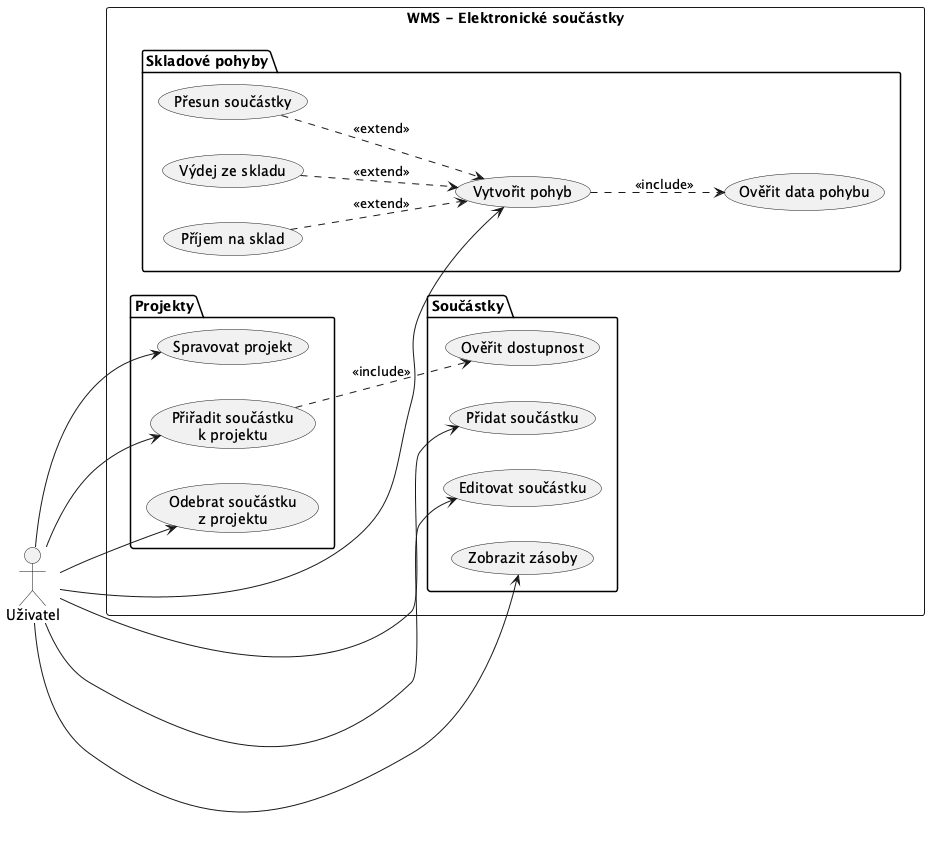
lkvapil/wms-elektronicke-soucastky keeps this PlantUML diagram as docs/images/01_use_case.png. Above is the earlier version.
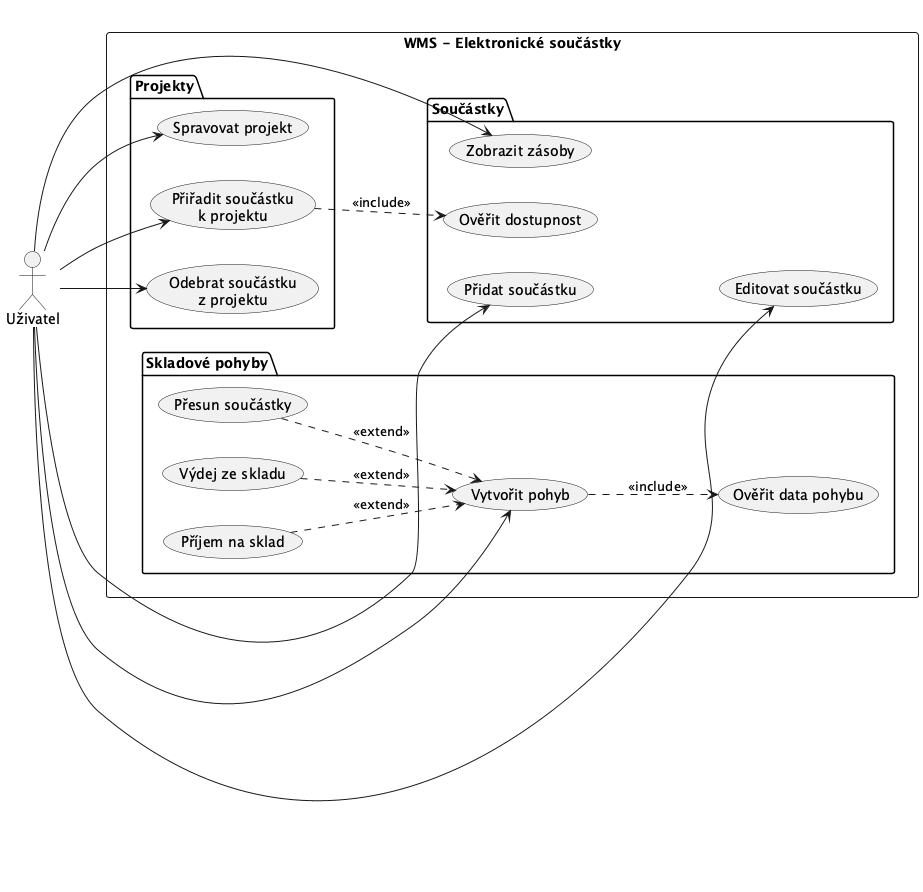
The same diagram one commit later.

Commit message:
docs: zbývající úpravy use case diagramu a pozadavky.tex

Diff of the diagram source:
```diff
@@ -18,6 +18,7 @@
     usecase "Editovat součástku" as UC_EDIT
     usecase "Zobrazit zásoby" as UC_ZASOBY
     usecase "Ověřit dostupnost" as UC_DOSTUPNOST
+    UC_ADD -[hidden]down- UC_EDIT
   }
 
   package "Projekty" {
```
